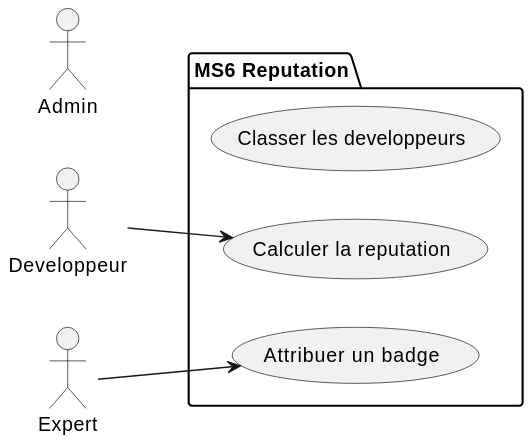
Before: docs/Diagrams/Reputation/ms6-reputation-use-case.svg, a diagram exported from PlantUML (reemslama/mini-projet-web). Source of this version:
```plantuml
@startuml
skinparam backgroundColor #FFFFFF
left to right direction
actor Developpeur
actor Expert
actor Admin

package "MS6 Reputation" {
  usecase "Calculer la reputation" as UC1
  usecase "Attribuer un badge" as UC2
  usecase "Classer les developpeurs" as UC3
}

Developpeur --> UC1
Expert --> UC2
@enduml
```
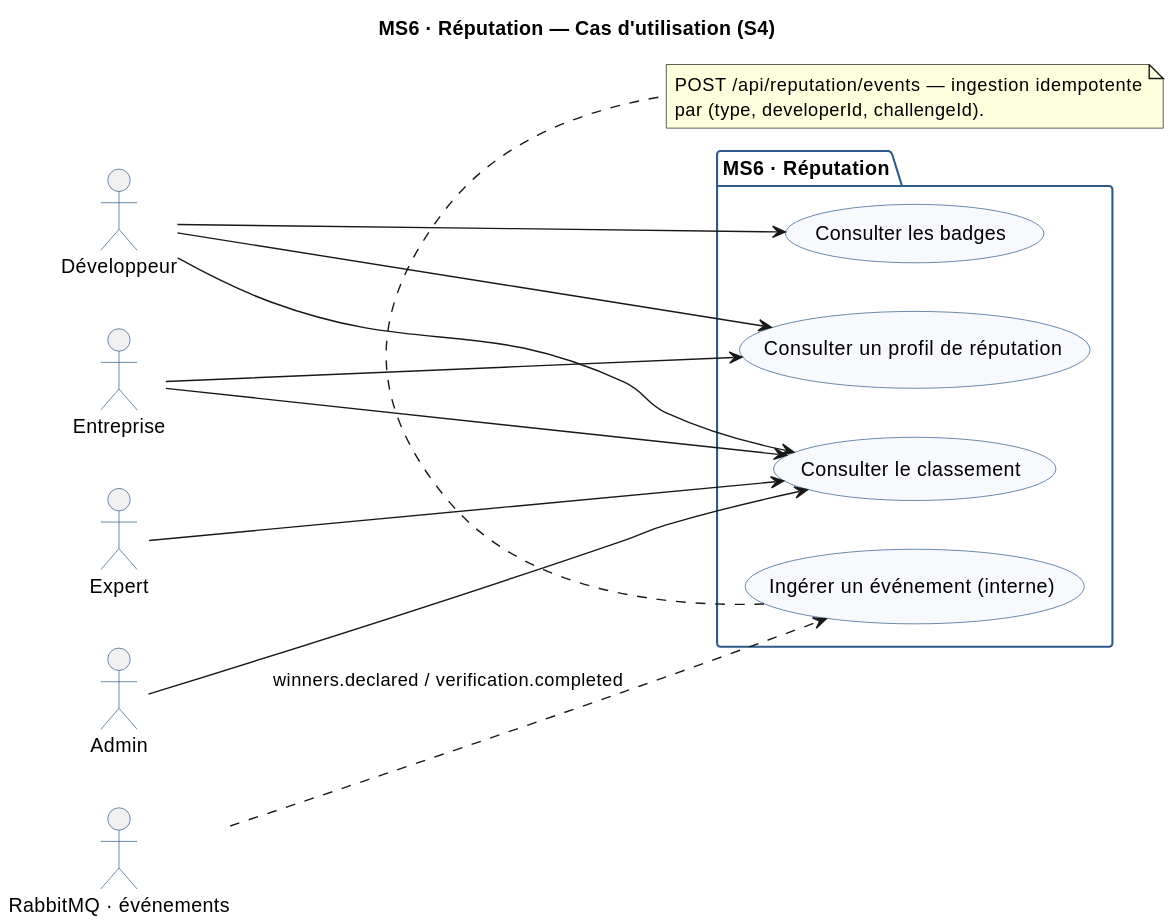
After the commit.

Diff of the diagram source:
```diff
@@ -1,16 +1,40 @@
 @startuml
+title MS6 · Réputation — Cas d'utilisation (S4)
+
 skinparam backgroundColor #FFFFFF
+skinparam shadowing false
+skinparam FontName Helvetica
+skinparam FontSize 12
+skinparam UsecaseBackgroundColor #F7F9FC
+skinparam UsecaseBorderColor #2E5A88
+skinparam ActorBorderColor #2E5A88
+skinparam PackageBorderColor #2E5A88
+
 left to right direction
-actor Developpeur
-actor Expert
-actor Admin
+actor "Développeur" as DEV
+actor "Entreprise" as ENT
+actor "Expert" as EXP
+actor "Admin" as ADM
+actor "RabbitMQ · événements" as RMQ
 
-package "MS6 Reputation" {
-  usecase "Calculer la reputation" as UC1
-  usecase "Attribuer un badge" as UC2
-  usecase "Classer les developpeurs" as UC3
+package "MS6 · Réputation" {
+  usecase "Consulter un profil de réputation" as UC1
+  usecase "Consulter les badges" as UC2
+  usecase "Consulter le classement" as UC3
+  usecase "Ingérer un événement (interne)" as UC4
 }
 
-Developpeur --> UC1
-Expert --> UC2
+DEV --> UC1
+DEV --> UC2
+DEV --> UC3
+ENT --> UC1
+ENT --> UC3
+EXP --> UC3
+ADM --> UC3
+RMQ ..> UC4 : winners.declared / verification.completed
+
+note bottom of UC4
+  POST /api/reputation/events — ingestion idempotente
+  par (type, developerId, challengeId).
+end note
 @enduml
```
